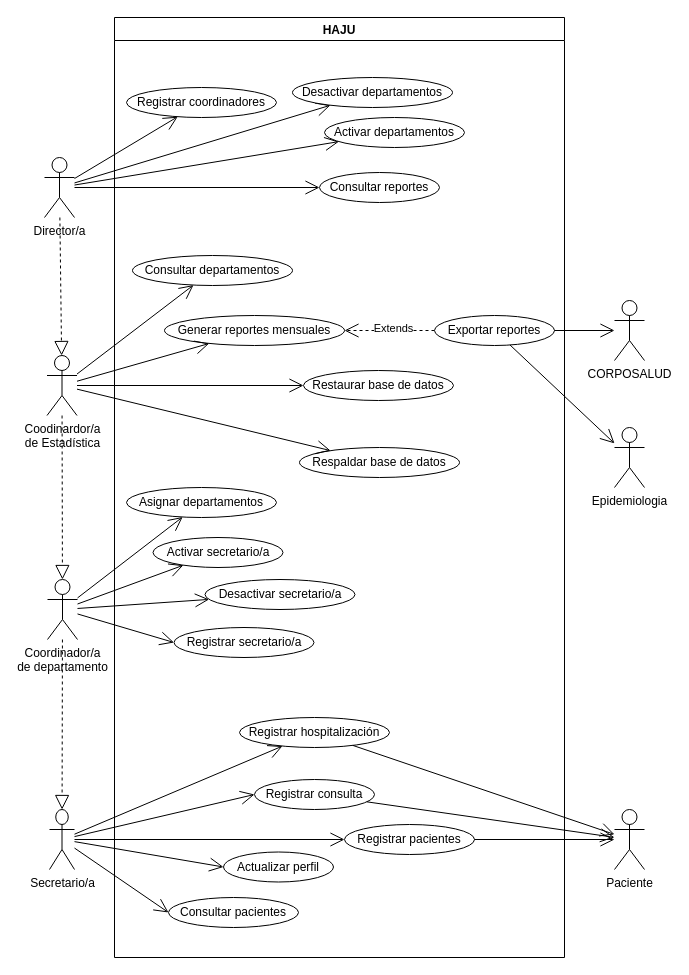
The draw.io diagram page "Casos de Uso General" (5 of 5) of docs/Diagramas.drawio in fadrian06/haju, before the edit. Source tidied: cells renumbered, new cells numbered last; positions are measured from the earlier drawing's top-left corner, leaving out a move shared by most shapes. Both pictures are drawn from the tidied source at 100%, with x=0, y=0 at pixel (44, 17).
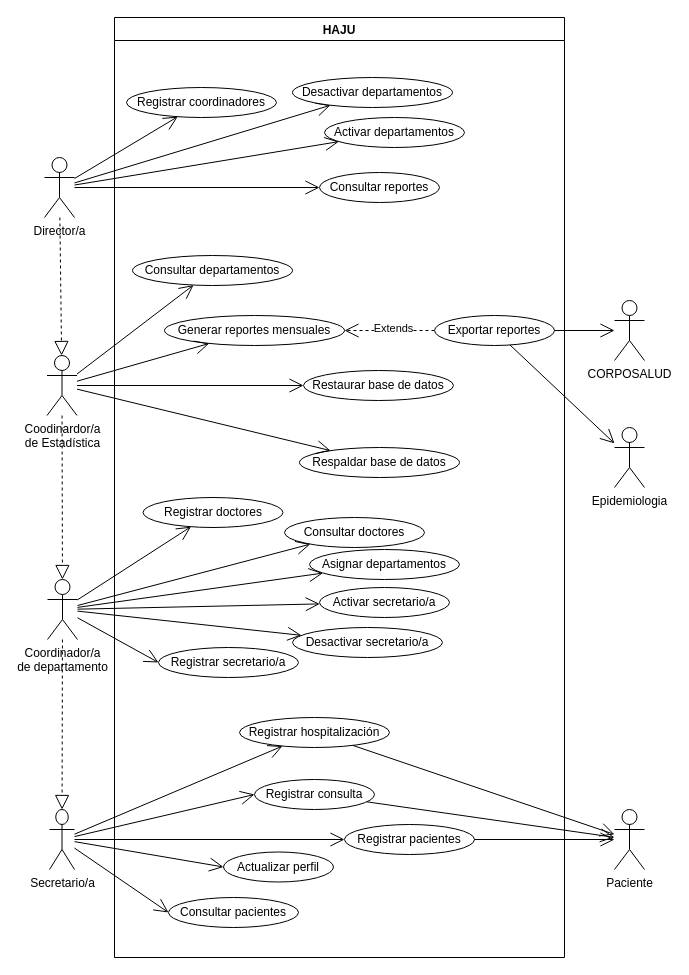
The same page after the edit.

Commit message (it also covers changes not shown here):
Añadidos los casos de uso del módulo doctores

The change refers to these unchanged cells:
```xml
<mxCell id="5" value="HAJU" style="swimlane;" parent="1" vertex="1">
  <mxGeometry x="70" width="450" height="940" as="geometry" />
</mxCell>
<mxCell id="30" value="Coordinador/a&lt;br&gt;de departamento" style="shape=umlActor;verticalLabelPosition=bottom;verticalAlign=top;html=1;" parent="1" vertex="1">
  <mxGeometry x="3" y="562" width="30" height="60" as="geometry" />
</mxCell>
```

Diff of the diagram source:
```diff
@@
     <mxCell id="9" value="Registrar secretario/a" style="ellipse;whiteSpace=wrap;html=1;" parent="5" vertex="1">
-      <mxGeometry x="59.5" y="610" width="140" height="30" as="geometry" />
+      <mxGeometry x="44" y="630" width="140" height="30" as="geometry" />
     </mxCell>
@@
     <mxCell id="11" value="Desactivar secretario/a" style="ellipse;whiteSpace=wrap;html=1;" parent="5" vertex="1">
-      <mxGeometry x="90.5" y="562" width="150" height="30" as="geometry" />
+      <mxGeometry x="178" y="610" width="150" height="30" as="geometry" />
     </mxCell>
@@
     <mxCell id="17" value="Asignar departamentos" style="ellipse;whiteSpace=wrap;html=1;" parent="5" vertex="1">
-      <mxGeometry x="12" y="470" width="150" height="30" as="geometry" />
+      <mxGeometry x="195" y="532" width="150" height="30" as="geometry" />
     </mxCell>
@@
     <mxCell id="23" value="Activar secretario/a" style="ellipse;whiteSpace=wrap;html=1;" parent="5" vertex="1">
-      <mxGeometry x="38.5" y="520" width="130" height="30" as="geometry" />
+      <mxGeometry x="205" y="570" width="130" height="30" as="geometry" />
     </mxCell>
@@
+    <mxCell id="54" value="Registrar doctores" style="ellipse;whiteSpace=wrap;html=1;" parent="5" vertex="1">
+      <mxGeometry x="28.5" y="480" width="140" height="30" as="geometry" />
+    </mxCell>
+    <mxCell id="55" value="Consultar doctores" style="ellipse;whiteSpace=wrap;html=1;" parent="5" vertex="1">
+      <mxGeometry x="170" y="500" width="140" height="30" as="geometry" />
+    </mxCell>
@@
+    <mxCell id="56" style="endArrow=open;endFill=1;endSize=12;html=1;rounded=0;" parent="1" edge="1" source="30" target="55">
+      <mxGeometry relative="1" as="geometry" />
+    </mxCell>
+    <mxCell id="57" style="endArrow=open;endFill=1;endSize=12;html=1;rounded=0;" parent="1" edge="1" source="30" target="54">
+      <mxGeometry relative="1" as="geometry" />
+    </mxCell>
```
